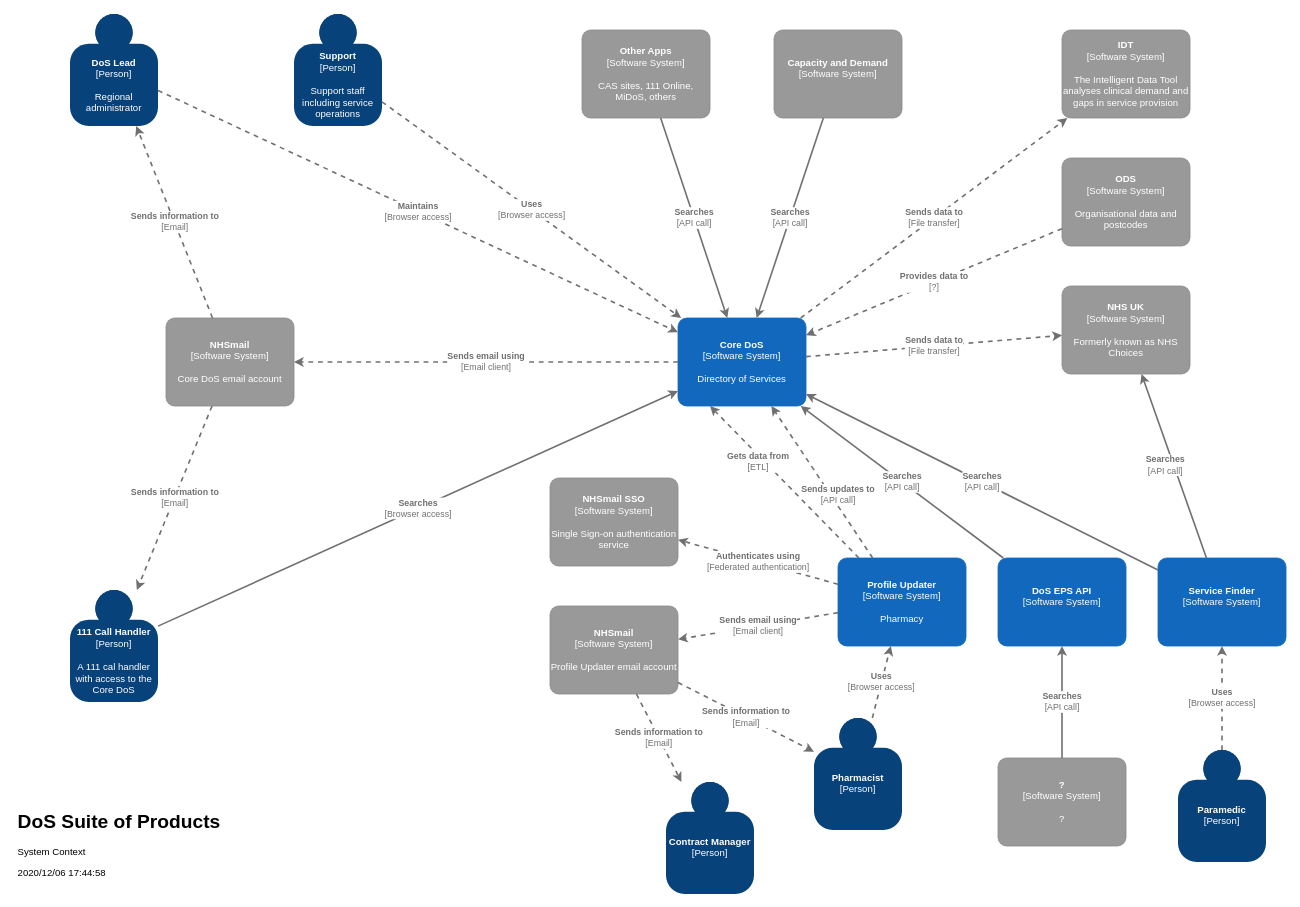
This is documentation/DoS Suite of Products.drawio from nhsd-exeter/dos-products-documentation, a draw.io file, before an edit. Source tidied: cells renumbered, new cells numbered last; positions are measured from the earlier drawing's top-left corner, leaving out a move shared by most shapes. Both pictures are drawn from the tidied source at 80%, with x=0, y=0 at pixel (14, 14).
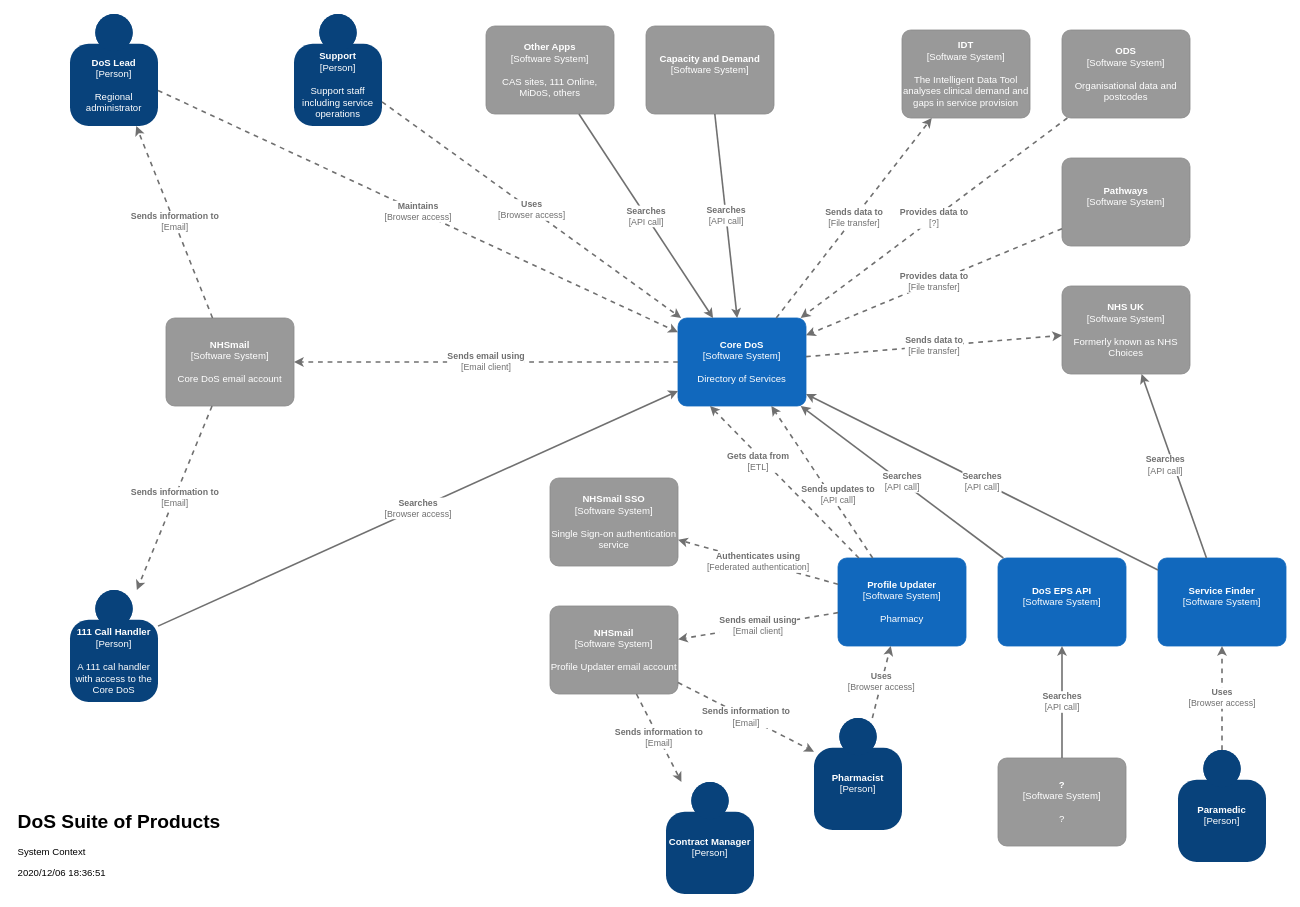
The same page after the edit.

Commit message (it also covers changes not shown here):
Add missing entity

The change refers to these unchanged cells:
```xml
<object id="2" label="&lt;b&gt;%c4Name%&lt;/b&gt;&lt;div&gt;[%c4Type%]&lt;/div&gt;&lt;br&gt;&lt;div&gt;%c4Description%&lt;/div&gt;" c4Description="Directory of Services" c4Name="Core DoS" c4Type="Software System" placeholders="1">
  <mxCell style="rounded=1;whiteSpace=wrap;html=1;labelBackgroundColor=none;fillColor=#1168BD;fontColor=#ffffff;align=center;arcSize=10;strokeColor=#1168BD;metaData={&quot;c4Type&quot;:{&quot;editable&quot;:false}};points=[[0.25,0,0],[0.5,0,0],[0.75,0,0],[1,0.25,0],[1,0.5,0],[1,0.75,0],[0.75,1,0],[0.5,1,0],[0.25,1,0],[0,0.75,0],[0,0.5,0],[0,0.25,0]];" parent="1" vertex="1">
    <mxGeometry x="830" y="380" width="160" height="110" as="geometry" />
  </mxCell>
</object>
```

The edit, as a diff of the source:
```diff
@@
-    <mxCell id="3" value="&lt;h1&gt;DoS Suite of Products&lt;br&gt;&lt;/h1&gt;&lt;p&gt;System Context&lt;/p&gt;&lt;p&gt;2020/12/06 17:44:58&lt;br&gt;&lt;/p&gt;" style="text;html=1;strokeColor=none;fillColor=none;spacing=5;spacingTop=-20;whiteSpace=wrap;overflow=hidden;rounded=0;fontColor=#000000;align=left;" parent="1" vertex="1">
+    <mxCell id="3" value="&lt;h1&gt;DoS Suite of Products&lt;br&gt;&lt;/h1&gt;&lt;p&gt;System Context&lt;/p&gt;&lt;p&gt;2020/12/06 18:36:51&lt;br&gt;&lt;/p&gt;" style="text;html=1;strokeColor=none;fillColor=none;spacing=5;spacingTop=-20;whiteSpace=wrap;overflow=hidden;rounded=0;fontColor=#000000;align=left;" parent="1" vertex="1">
       <mxGeometry y="990" width="470" height="110" as="geometry" />
     </mxCell>
@@
     <object id="7" label="&lt;b&gt;%c4Name%&lt;/b&gt;&lt;div&gt;[%c4Type%]&lt;/div&gt;&lt;br&gt;&lt;div&gt;%c4Description%&lt;/div&gt;" c4Description="Organisational data and postcodes" c4Name="ODS" c4Type="Software System" placeholders="1">
       <mxCell style="rounded=1;whiteSpace=wrap;html=1;labelBackgroundColor=none;fillColor=#999999;fontColor=#ffffff;align=center;arcSize=10;strokeColor=#8A8A8A;metaData={&quot;c4Type&quot;:{&quot;editable&quot;:false}};points=[[0.25,0,0],[0.5,0,0],[0.75,0,0],[1,0.25,0],[1,0.5,0],[1,0.75,0],[0.75,1,0],[0.5,1,0],[0.25,1,0],[0,0.75,0],[0,0.5,0],[0,0.25,0]];" parent="1" vertex="1">
-        <mxGeometry x="1310" y="180" width="160" height="110" as="geometry" />
+        <mxGeometry x="1310" y="20" width="160" height="110" as="geometry" />
       </mxCell>
     </object>
@@
     <object id="9" label="&lt;b&gt;%c4Name%&lt;/b&gt;&lt;div&gt;[%c4Type%]&lt;/div&gt;&lt;br&gt;&lt;div&gt;%c4Description%&lt;/div&gt;" c4Description="The Intelligent Data Tool analyses clinical demand and gaps in service provision" c4Name="IDT" c4Type="Software System" placeholders="1">
       <mxCell style="rounded=1;whiteSpace=wrap;html=1;labelBackgroundColor=none;fillColor=#999999;fontColor=#ffffff;align=center;arcSize=10;strokeColor=#8A8A8A;metaData={&quot;c4Type&quot;:{&quot;editable&quot;:false}};points=[[0.25,0,0],[0.5,0,0],[0.75,0,0],[1,0.25,0],[1,0.5,0],[1,0.75,0],[0.75,1,0],[0.5,1,0],[0.25,1,0],[0,0.75,0],[0,0.5,0],[0,0.25,0]];" parent="1" vertex="1">
-        <mxGeometry x="1310" y="20" width="160" height="110" as="geometry" />
+        <mxGeometry x="1110" y="20" width="160" height="110" as="geometry" />
       </mxCell>
     </object>
     <object id="10" label="&lt;b&gt;%c4Name%&lt;/b&gt;&lt;div&gt;[%c4Type%]&lt;/div&gt;&lt;br&gt;&lt;div&gt;%c4Description%&lt;/div&gt;" c4Description="" c4Name="Capacity and Demand" c4Type="Software System" placeholders="1">
       <mxCell style="rounded=1;whiteSpace=wrap;html=1;labelBackgroundColor=none;fillColor=#999999;fontColor=#ffffff;align=center;arcSize=10;strokeColor=#8A8A8A;metaData={&quot;c4Type&quot;:{&quot;editable&quot;:false}};points=[[0.25,0,0],[0.5,0,0],[0.75,0,0],[1,0.25,0],[1,0.5,0],[1,0.75,0],[0.75,1,0],[0.5,1,0],[0.25,1,0],[0,0.75,0],[0,0.5,0],[0,0.25,0]];" parent="1" vertex="1">
-        <mxGeometry x="950" y="20" width="160" height="110" as="geometry" />
+        <mxGeometry x="790" y="15" width="160" height="110" as="geometry" />
       </mxCell>
     </object>
     <object id="11" label="&lt;b&gt;%c4Name%&lt;/b&gt;&lt;div&gt;[%c4Type%]&lt;/div&gt;&lt;br&gt;&lt;div&gt;%c4Description%&lt;/div&gt;" c4Description="CAS sites, 111 Online, MiDoS, others" c4Name="Other Apps" c4Type="Software System" placeholders="1">
       <mxCell style="rounded=1;whiteSpace=wrap;html=1;labelBackgroundColor=none;fillColor=#999999;fontColor=#ffffff;align=center;arcSize=10;strokeColor=#8A8A8A;metaData={&quot;c4Type&quot;:{&quot;editable&quot;:false}};points=[[0.25,0,0],[0.5,0,0],[0.75,0,0],[1,0.25,0],[1,0.5,0],[1,0.75,0],[0.75,1,0],[0.5,1,0],[0.25,1,0],[0,0.75,0],[0,0.5,0],[0,0.25,0]];" parent="1" vertex="1">
-        <mxGeometry x="710" y="20" width="160" height="110" as="geometry" />
+        <mxGeometry x="590" y="15" width="160" height="110" as="geometry" />
       </mxCell>
     </object>
@@
+    <object id="45" label="&lt;b&gt;%c4Name%&lt;/b&gt;&lt;div&gt;[%c4Type%]&lt;/div&gt;&lt;br&gt;&lt;div&gt;%c4Description%&lt;/div&gt;" c4Description="" c4Name="Pathways" c4Type="Software System" placeholders="1">
+      <mxCell style="rounded=1;whiteSpace=wrap;html=1;labelBackgroundColor=none;fillColor=#999999;fontColor=#ffffff;align=center;arcSize=10;strokeColor=#8A8A8A;metaData={&quot;c4Type&quot;:{&quot;editable&quot;:false}};points=[[0.25,0,0],[0.5,0,0],[0.75,0,0],[1,0.25,0],[1,0.5,0],[1,0.75,0],[0.75,1,0],[0.5,1,0],[0.25,1,0],[0,0.75,0],[0,0.5,0],[0,0.25,0]];" parent="1" vertex="1">
+        <mxGeometry x="1310" y="180" width="160" height="110" as="geometry" />
+      </mxCell>
+    </object>
+    <object id="46" label="&lt;div style=&quot;text-align: left&quot;&gt;&lt;div style=&quot;text-align: center&quot;&gt;&lt;b&gt;%c4Description%&lt;/b&gt;&lt;/div&gt;&lt;div style=&quot;text-align: center&quot;&gt;[%c4Technology%]&lt;/div&gt;&lt;/div&gt;" c4Description="Provides data to" c4Technology="File transfer" placeholders="1">
+      <mxCell style="edgeStyle=none;rounded=0;html=1;jettySize=auto;strokeColor=#707070;strokeWidth=2;fontColor=#707070;jumpStyle=none;metaData={&quot;c4Type&quot;:{&quot;editable&quot;:false}};dashed=1;" parent="1" edge="1" source="45" target="2">
+        <mxGeometry relative="1" as="geometry" />
+      </mxCell>
+    </object>
```
